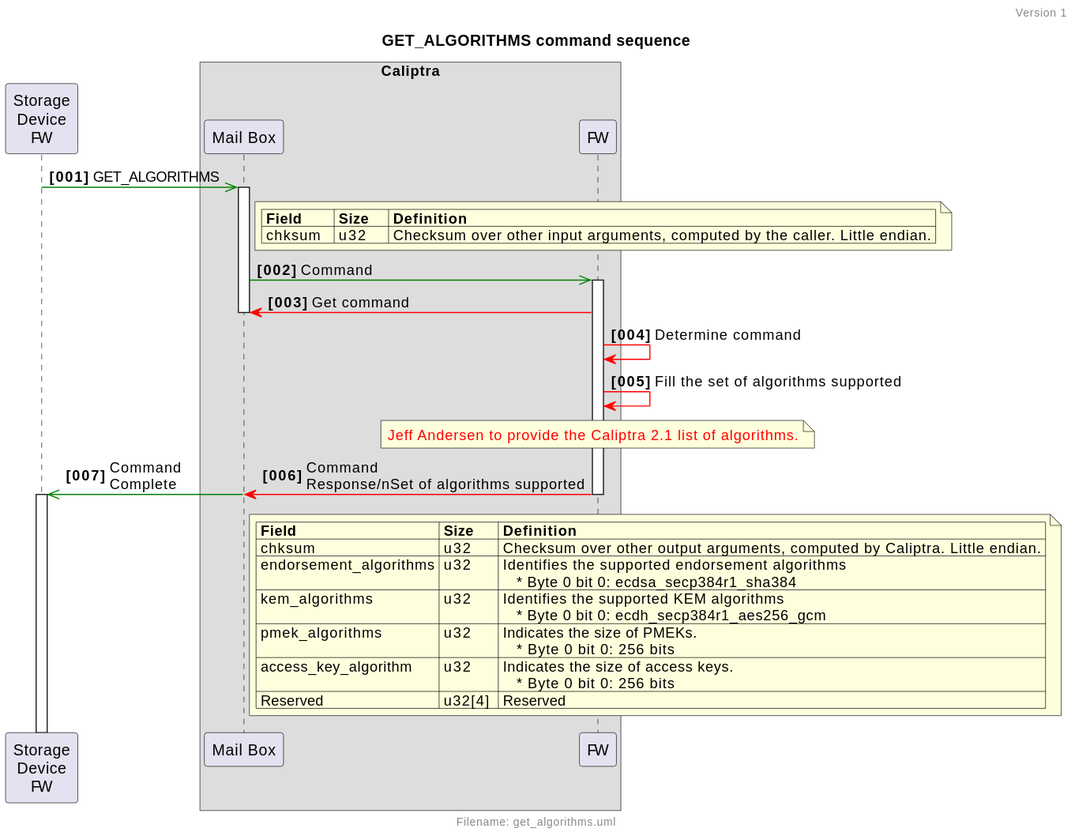
chipsalliance/Caliptra keeps this PlantUML diagram as doc/ocp_lock/diagrams/get_algorithms.svg. Above is the earlier version.
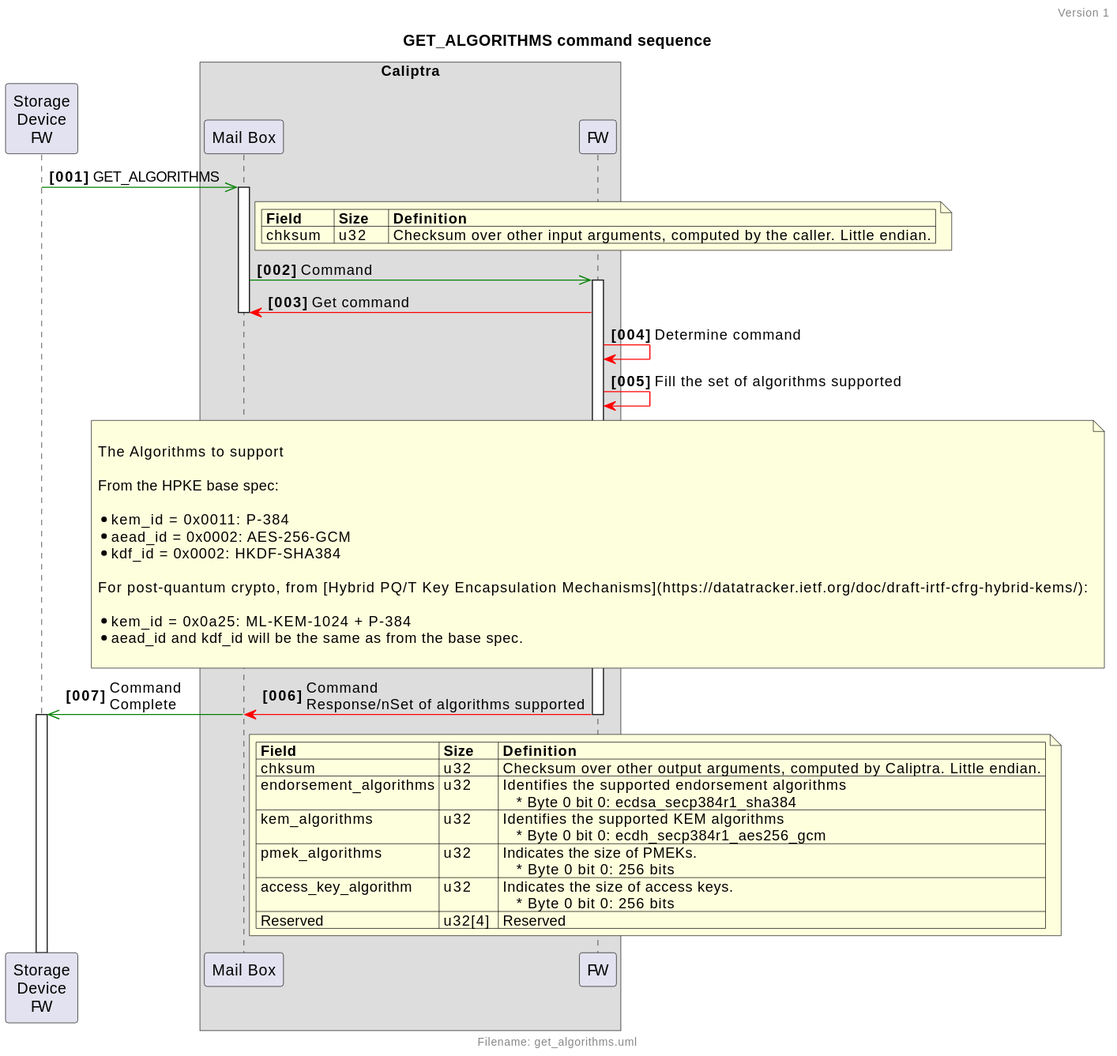
The same file after the commit.

Change to the diagram source:
```diff
@@ -1,22 +1,5 @@
 @startuml
 !include ocp_lock_utils.inc
-
-!$show_all = %true()
-
-!if ($show_all)
-    !$show_precond = %true()
-    !$show_title = %true()
-    !$show_api = %true()
-    !$show_msg_parsing = %true()
-    !$show_done = %true()
-!else
-    !$show_precond = %false()
-    !$show_title = %false()
-    !$show_api = %false()
-    !$show_msg_parsing = %false()
-    !$show_done = %true()
-!endif
-
 
 !if ($show_title)
     Title "GET_ALGORITHMS command sequence"
@@ -43,7 +26,20 @@
 
 $self("cfw", "Fill the set of algorithms supported ")
 note over cfw
-   <font color=red>Jeff Andersen to provide the Caliptra 2.1 list of algorithms.
+
+    The Algorithms to support
+
+    From the HPKE base spec:
+
+    *	kem_id = 0x0011: P-384
+    *	aead_id = 0x0002: AES-256-GCM
+    *	kdf_id = 0x0002: HKDF-SHA384
+
+    For post-quantum crypto, from [Hybrid PQ/T Key Encapsulation Mechanisms](https://datatracker.ietf.org/doc/draft-irtf-cfrg-hybrid-kems/):
+
+    *	kem_id = 0x0a25: ML-KEM-1024 + P-384
+    *	aead_id and kdf_id will be the same as from the base spec.
+
 end note
 
 cfw $sync mb : Command\nResponse/nSet of algorithms supported
```
